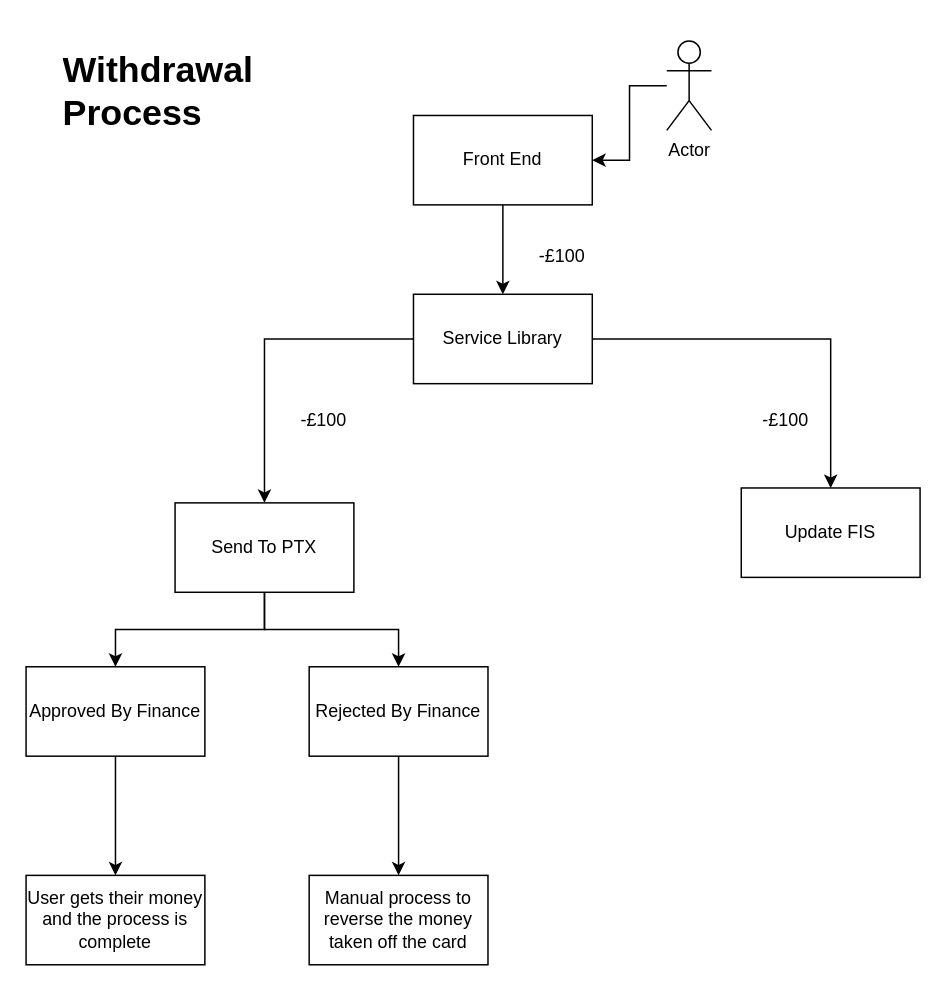
Above: FIS_WalletToWallet.drawio in mattwatts36/drawings (draw.io), before the change. Source tidied: cells renumbered, new cells numbered last; positions are measured from the earlier drawing's top-left corner, leaving out a move shared by most shapes. Both pictures are drawn from the tidied source at 149%, with x=0, y=0 at pixel (25, 40).
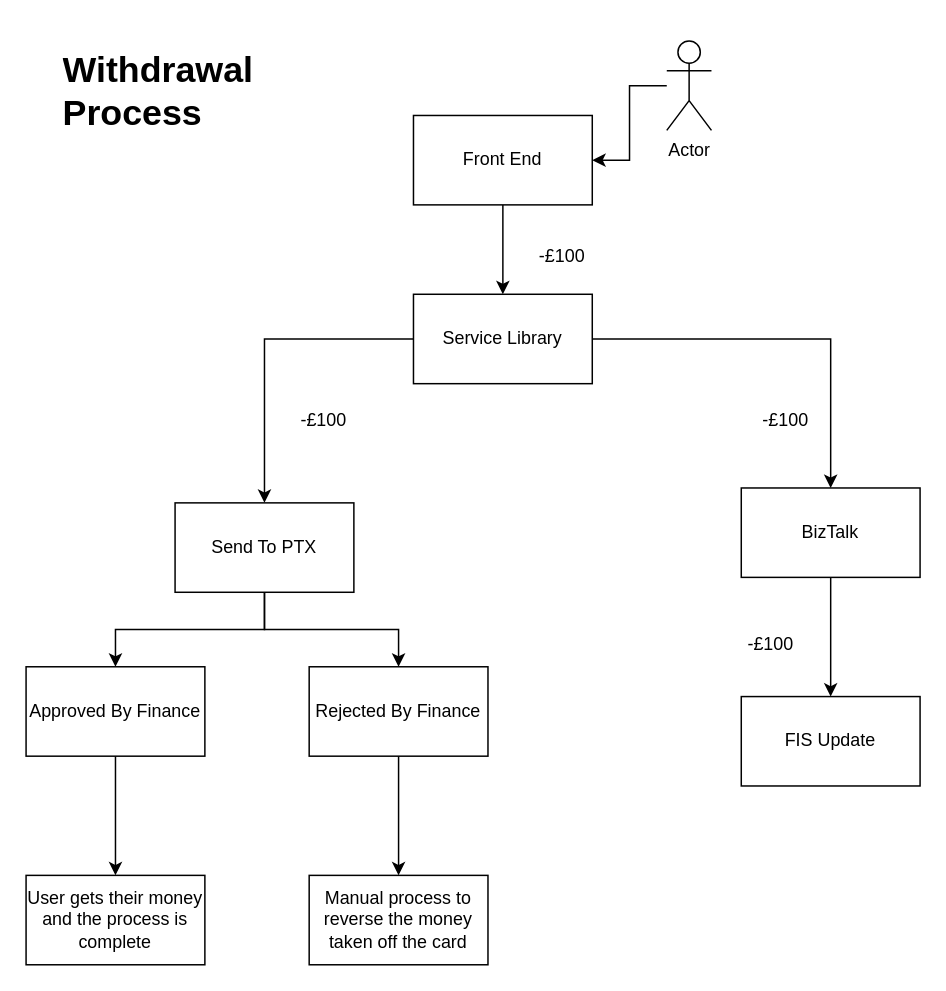
After the change.

What changed in the source:
```diff
@@
+    <mxCell id="23" style="edgeStyle=orthogonalEdgeStyle;rounded=0;jettySize=auto;html=1;" parent="1" edge="1" source="12" target="24">
+      <mxGeometry relative="1" as="geometry" />
+    </mxCell>
-    <mxCell id="12" value="Update FIS" style="whiteSpace=wrap;html=1;rounded=0;" parent="1" vertex="1">
+    <mxCell id="12" value="BizTalk" style="whiteSpace=wrap;html=1;rounded=0;" parent="1" vertex="1">
       <mxGeometry x="480" y="300" width="120" height="60" as="geometry" />
     </mxCell>
@@
+    <mxCell id="24" value="FIS Update" style="whiteSpace=wrap;html=1;rounded=0;" parent="1" vertex="1">
+      <mxGeometry x="480" y="440" width="120" height="60" as="geometry" />
+    </mxCell>
+    <mxCell id="25" value="-£100" style="text;html=1;strokeColor=none;fillColor=none;align=center;verticalAlign=middle;whiteSpace=wrap;rounded=0;" parent="1" vertex="1">
+      <mxGeometry x="470" y="390" width="60" height="30" as="geometry" />
+    </mxCell>
```
